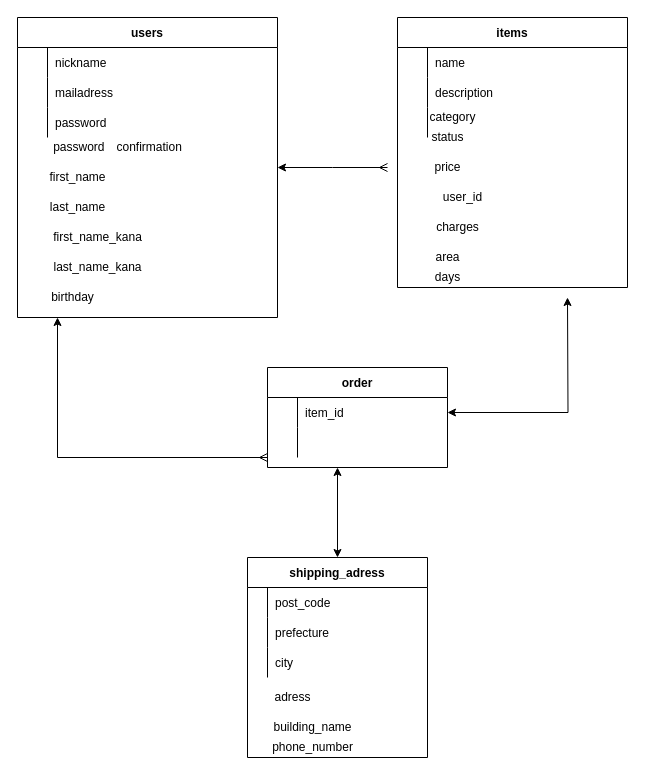
nobu0526/furima-35578 keeps this draw.io diagram as ER図.dio. Above is the earlier version. Source tidied: cells renumbered, new cells numbered last; positions are measured from the earlier drawing's top-left corner, leaving out a move shared by most shapes. Both pictures are drawn from the tidied source at 100%, with x=0, y=0 at pixel (17, 17).
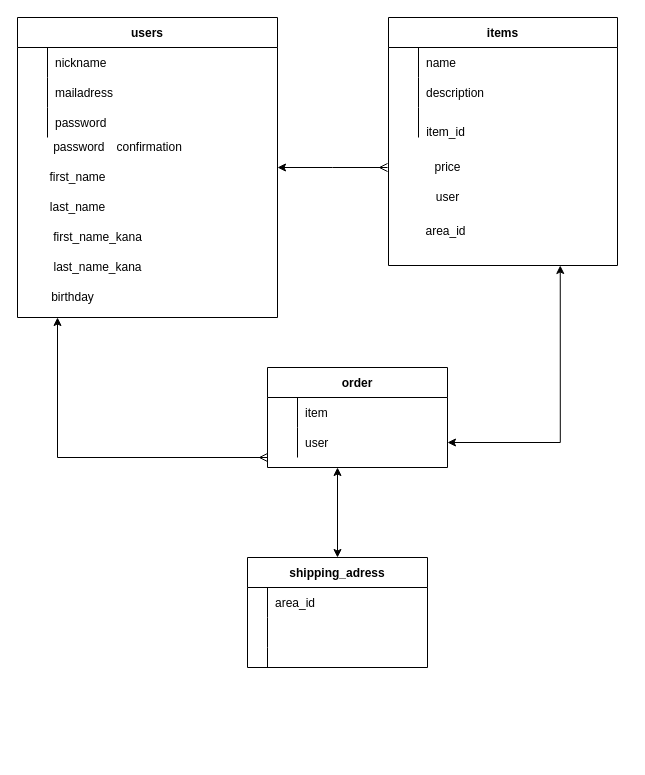
The same page after the edit.

The change refers to these unchanged cells:
```xml
<mxCell id="37" style="shape=partialRectangle;fillColor=none;top=0;left=0;bottom=0;right=0;" parent="36" vertex="1">
  <mxGeometry y="30" width="180" height="30" as="geometry" />
</mxCell>
<mxCell id="40" style="shape=partialRectangle;fillColor=none;top=0;left=0;bottom=0;right=0;" parent="36" vertex="1">
  <mxGeometry y="60" width="180" height="30" as="geometry" />
</mxCell>
<mxCell id="52" style="shape=partialRectangle;fillColor=none;top=0;left=0;bottom=0;right=0;points=[[0,0.5],[1,0.5]];portConstraint=eastwest;" parent="51" vertex="1">
  <mxGeometry y="30" width="180" height="30" as="geometry" />
</mxCell>
<mxCell id="55" style="shape=partialRectangle;fillColor=none;top=0;left=0;bottom=0;right=0;points=[[0,0.5],[1,0.5]];portConstraint=eastwest;" parent="51" vertex="1">
  <mxGeometry y="60" width="180" height="30" as="geometry" />
</mxCell>
```

Diff of the diagram source:
```diff
@@
     <mxCell id="13" value="items" style="shape=table;startSize=30;childLayout=tableLayout;rowLines=0;fontStyle=1;align=center;" parent="1" vertex="1">
-      <mxGeometry x="380" width="230" height="270" as="geometry" />
+      <mxGeometry x="371" width="229" height="248" as="geometry" />
     </mxCell>
     <mxCell id="14" style="shape=partialRectangle;fillColor=none;top=0;left=0;bottom=0;right=0;" parent="13" vertex="1">
-      <mxGeometry y="30" width="230" height="30" as="geometry" />
+      <mxGeometry y="30" width="229" height="30" as="geometry" />
     </mxCell>
@@
     <mxCell id="16" value="name" style="shape=partialRectangle;fillColor=none;top=0;left=0;bottom=0;right=0;align=left;spacingLeft=6;overflow=hidden;" parent="14" vertex="1">
-      <mxGeometry x="30" width="200" height="30" as="geometry" />
+      <mxGeometry x="30" width="199" height="30" as="geometry" />
     </mxCell>
     <mxCell id="17" style="shape=partialRectangle;fillColor=none;top=0;left=0;bottom=0;right=0;" parent="13" vertex="1">
-      <mxGeometry y="60" width="230" height="30" as="geometry" />
+      <mxGeometry y="60" width="229" height="30" as="geometry" />
     </mxCell>
@@
     <mxCell id="19" value="description" style="shape=partialRectangle;fillColor=none;top=0;left=0;bottom=0;right=0;align=left;spacingLeft=6;overflow=hidden;" parent="17" vertex="1">
-      <mxGeometry x="30" width="200" height="30" as="geometry" />
+      <mxGeometry x="30" width="199" height="30" as="geometry" />
     </mxCell>
     <mxCell id="20" style="shape=partialRectangle;fillColor=none;top=0;left=0;bottom=0;right=0;" parent="13" vertex="1">
-      <mxGeometry y="90" width="230" height="30" as="geometry" />
+      <mxGeometry y="90" width="229" height="30" as="geometry" />
     </mxCell>
@@
     <mxCell id="22" style="shape=partialRectangle;fillColor=none;top=0;left=0;bottom=0;right=0;align=left;spacingLeft=6;overflow=hidden;" parent="20" vertex="1">
-      <mxGeometry x="30" width="200" height="30" as="geometry" />
+      <mxGeometry x="30" width="199" height="30" as="geometry" />
     </mxCell>
@@
-    <mxCell id="30" value="category" style="text;html=1;align=center;verticalAlign=middle;" parent="1" vertex="1">
-      <mxGeometry x="405" y="90" width="60" height="20" as="geometry" />
-    </mxCell>
-    <mxCell id="31" value="status" style="text;html=1;align=center;verticalAlign=middle;" parent="1" vertex="1">
-      <mxGeometry x="405" y="110" width="50" height="20" as="geometry" />
-    </mxCell>
-    <mxCell id="32" value="charges" style="text;html=1;align=center;verticalAlign=middle;" parent="1" vertex="1">
-      <mxGeometry x="410" y="200" width="60" height="20" as="geometry" />
-    </mxCell>
-    <mxCell id="33" value="days" style="text;html=1;align=center;verticalAlign=middle;" parent="1" vertex="1">
-      <mxGeometry x="410" y="250" width="40" height="20" as="geometry" />
-    </mxCell>
@@
     <mxCell id="36" value="shipping_adress" style="shape=table;startSize=30;childLayout=tableLayout;rowLines=0;fontStyle=1;align=center;" parent="1" vertex="1">
-      <mxGeometry x="230" y="540" width="180" height="200" as="geometry" />
+      <mxGeometry x="230" y="540" width="180" height="110" as="geometry" />
     </mxCell>
@@
-    <mxCell id="39" value="post_code" style="shape=partialRectangle;fillColor=none;top=0;left=0;bottom=0;right=0;align=left;spacingLeft=6;overflow=hidden;" parent="37" vertex="1">
+    <mxCell id="39" value="area_id" style="shape=partialRectangle;fillColor=none;top=0;left=0;bottom=0;right=0;align=left;spacingLeft=6;overflow=hidden;" parent="37" vertex="1">
       <mxGeometry x="20" width="160" height="30" as="geometry" />
     </mxCell>
@@
-    <mxCell id="42" value="prefecture" style="shape=partialRectangle;fillColor=none;top=0;left=0;bottom=0;right=0;align=left;spacingLeft=6;overflow=hidden;" parent="40" vertex="1">
+    <mxCell id="42" style="shape=partialRectangle;fillColor=none;top=0;left=0;bottom=0;right=0;align=left;spacingLeft=6;overflow=hidden;" parent="40" vertex="1">
       <mxGeometry x="20" width="160" height="30" as="geometry" />
     </mxCell>
     <mxCell id="43" style="shape=partialRectangle;fillColor=none;top=0;left=0;bottom=0;right=0;" parent="36" vertex="1">
-      <mxGeometry y="90" width="180" height="30" as="geometry" />
+      <mxGeometry y="90" width="180" height="20" as="geometry" />
     </mxCell>
     <mxCell id="44" style="shape=partialRectangle;fillColor=none;top=0;left=0;bottom=0;right=0;overflow=hidden;" parent="43" vertex="1">
-      <mxGeometry width="20" height="30" as="geometry" />
+      <mxGeometry width="20" height="20" as="geometry" />
     </mxCell>
-    <mxCell id="45" value="city" style="shape=partialRectangle;fillColor=none;top=0;left=0;bottom=0;right=0;align=left;spacingLeft=6;overflow=hidden;" parent="43" vertex="1">
-      <mxGeometry x="20" width="160" height="30" as="geometry" />
+    <mxCell id="45" style="shape=partialRectangle;fillColor=none;top=0;left=0;bottom=0;right=0;align=left;spacingLeft=6;overflow=hidden;" parent="43" vertex="1">
+      <mxGeometry x="20" width="160" height="20" as="geometry" />
     </mxCell>
-    <mxCell id="46" value="adress" style="text;html=1;align=center;verticalAlign=middle;" parent="1" vertex="1">
-      <mxGeometry x="250" y="670" width="50" height="20" as="geometry" />
-    </mxCell>
-    <mxCell id="47" value="building_name" style="text;html=1;align=center;verticalAlign=middle;" parent="1" vertex="1">
-      <mxGeometry x="250" y="700" width="90" height="20" as="geometry" />
-    </mxCell>
-    <mxCell id="48" value="phone_number" style="text;html=1;align=center;verticalAlign=middle;" parent="1" vertex="1">
-      <mxGeometry x="245" y="720" width="100" height="20" as="geometry" />
-    </mxCell>
-    <mxCell id="49" value="area" style="text;html=1;align=center;verticalAlign=middle;" parent="1" vertex="1">
-      <mxGeometry x="410" y="230" width="40" height="20" as="geometry" />
-    </mxCell>
-    <mxCell id="50" value="user_id" style="text;html=1;align=center;verticalAlign=middle;" parent="1" vertex="1">
-      <mxGeometry x="420" y="170" width="50" height="20" as="geometry" />
+    <mxCell id="50" value="user" style="text;html=1;align=center;verticalAlign=middle;" parent="1" vertex="1">
+      <mxGeometry x="410" y="170" width="40" height="20" as="geometry" />
     </mxCell>
@@
-    <mxCell id="54" value="item_id" style="shape=partialRectangle;fillColor=none;top=0;left=0;bottom=0;right=0;align=left;spacingLeft=6;overflow=hidden;" parent="52" vertex="1">
+    <mxCell id="54" value="item" style="shape=partialRectangle;fillColor=none;top=0;left=0;bottom=0;right=0;align=left;spacingLeft=6;overflow=hidden;" parent="52" vertex="1">
       <mxGeometry x="30" width="150" height="30" as="geometry" />
     </mxCell>
@@
-    <mxCell id="57" style="shape=partialRectangle;fillColor=none;top=0;left=0;bottom=0;right=0;align=left;spacingLeft=6;overflow=hidden;" parent="55" vertex="1">
+    <mxCell id="57" value="user" style="shape=partialRectangle;fillColor=none;top=0;left=0;bottom=0;right=0;align=left;spacingLeft=6;overflow=hidden;" parent="55" vertex="1">
       <mxGeometry x="30" width="150" height="30" as="geometry" />
     </mxCell>
-    <mxCell id="58" style="edgeStyle=orthogonalEdgeStyle;rounded=0;jettySize=auto;html=1;startArrow=classic;startFill=1;endArrow=classic;endFill=1;" parent="1" edge="1" source="52">
-      <mxGeometry relative="1" as="geometry">
-        <mxPoint x="550" y="280" as="targetPoint" />
-      </mxGeometry>
-    </mxCell>
+    <mxCell id="59" value="area_id" style="text;html=1;align=center;verticalAlign=middle;" parent="1" vertex="1">
+      <mxGeometry x="397.5" y="204" width="60" height="20" as="geometry" />
+    </mxCell>
+    <mxCell id="60" value="item_id" style="text;html=1;align=center;verticalAlign=middle;" parent="1" vertex="1">
+      <mxGeometry x="403" y="106" width="49" height="18" as="geometry" />
+    </mxCell>
+    <mxCell id="61" style="edgeStyle=orthogonalEdgeStyle;rounded=0;jettySize=auto;html=1;entryX=0.75;entryY=1;entryDx=0;entryDy=0;startArrow=classic;startFill=1;endArrow=classic;endFill=1;" parent="1" edge="1" source="55" target="13">
+      <mxGeometry relative="1" as="geometry" />
+    </mxCell>
```
